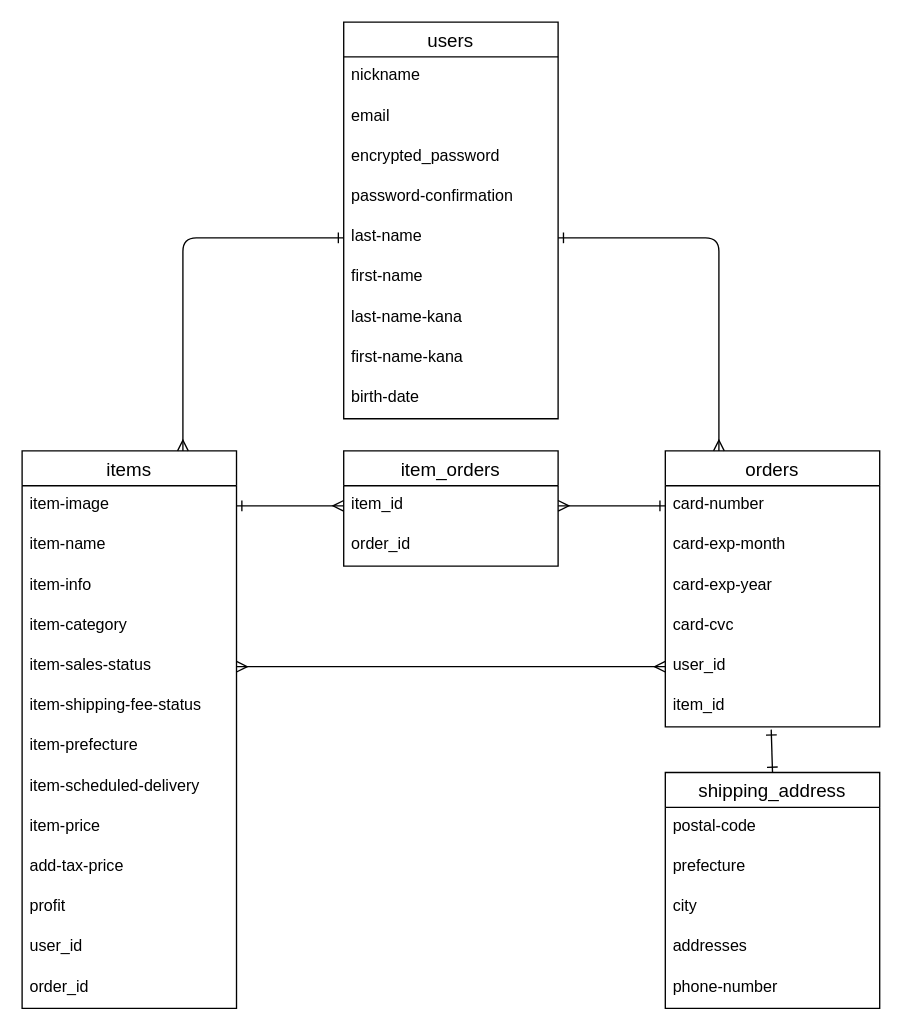
Above: furima_ER.dio in 5884kenta/furima-37177 (draw.io), before the change. Source tidied: cells renumbered, new cells numbered last; positions are measured from the earlier drawing's top-left corner, leaving out a move shared by most shapes. Both pictures are drawn from the tidied source at 134%, with x=0, y=0 at pixel (21, 21).
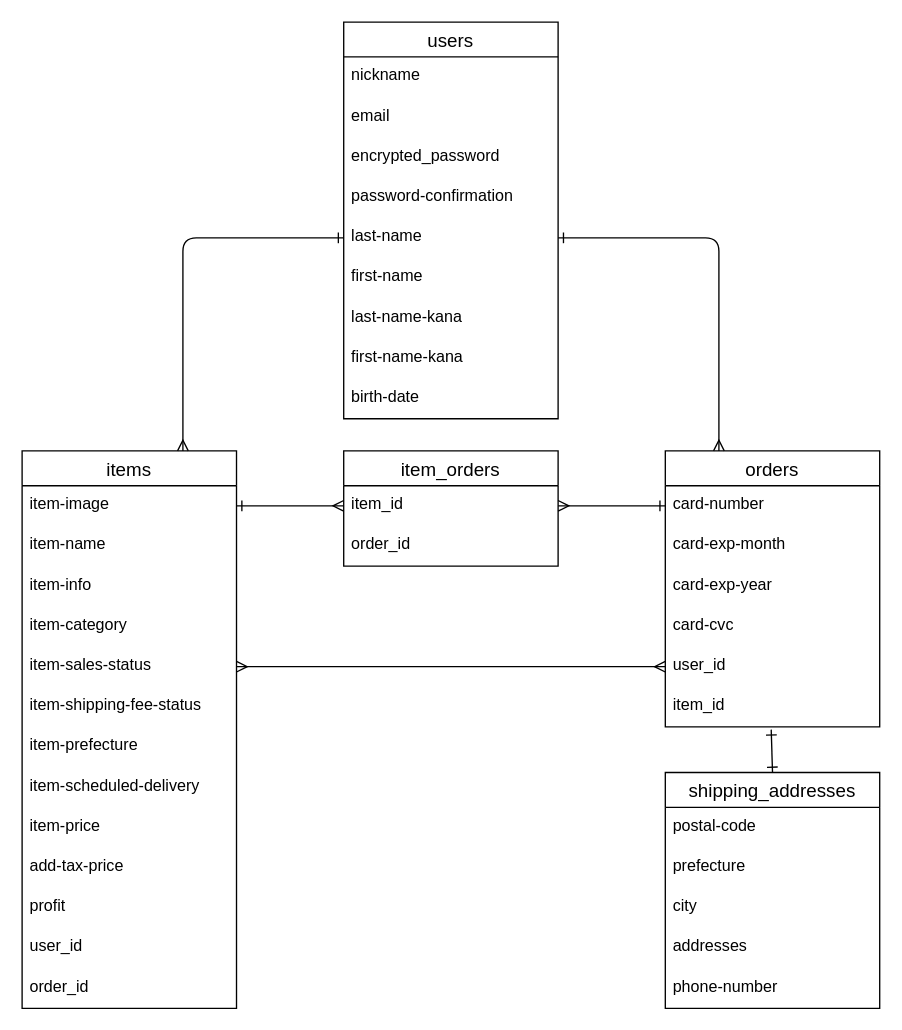
The same diagram, later.

Change to the diagram source:
```diff
@@
-    <mxCell id="33" value="shipping_address" style="swimlane;fontStyle=0;horizontal=1;startSize=26;align=center;fontSize=14;" parent="1" vertex="1">
+    <mxCell id="33" value="shipping_addresses" style="swimlane;fontStyle=0;horizontal=1;startSize=26;align=center;fontSize=14;" parent="1" vertex="1">
       <mxGeometry x="480" y="560" width="160" height="176" as="geometry" />
     </mxCell>
```
